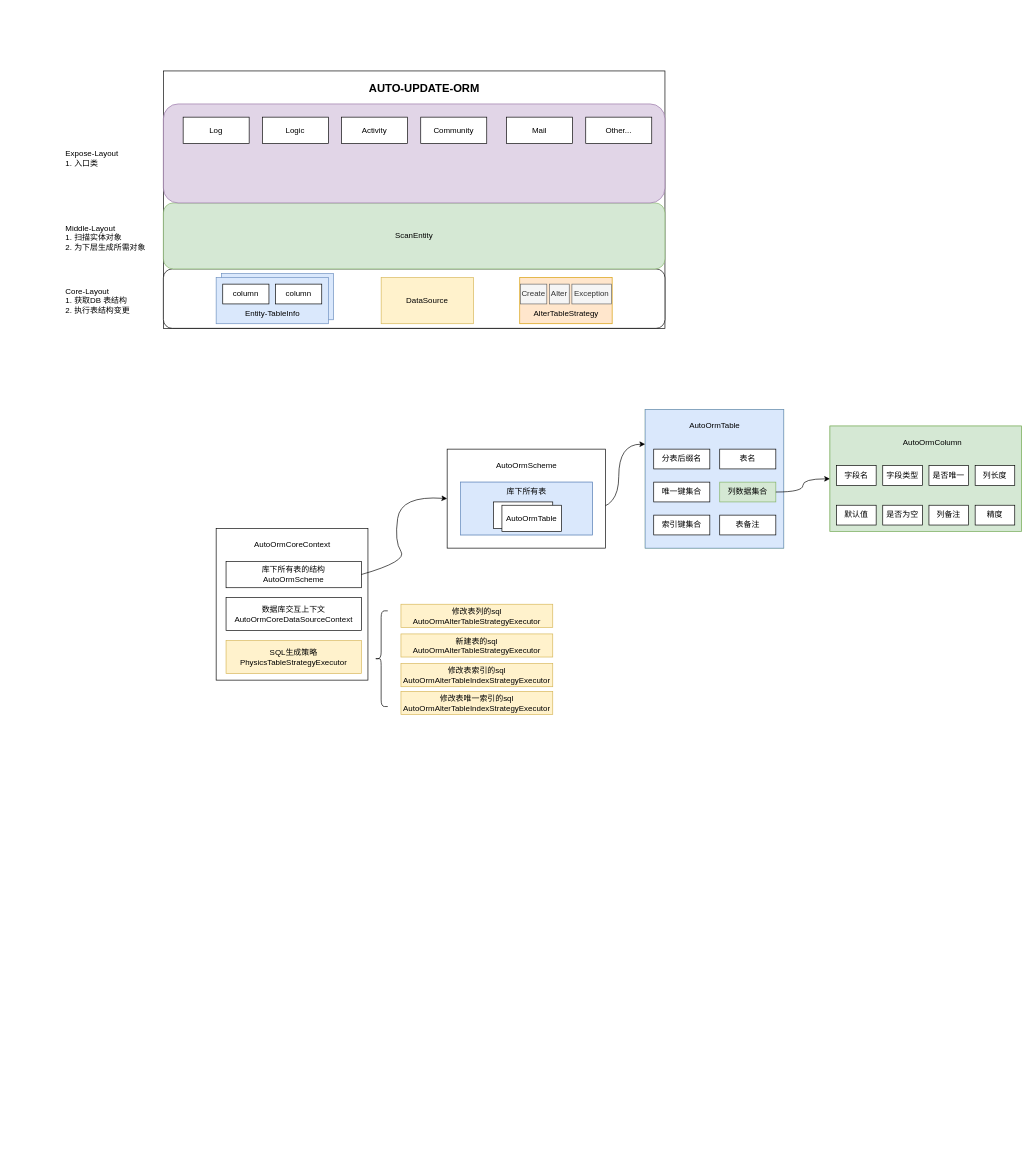
This is SSJJ2/构建ORM映射.drawio from Ordertiny/graph, a draw.io file, before an edit. Source tidied: cells renumbered, new cells numbered last; positions are measured from the earlier drawing's top-left corner, leaving out a move shared by most shapes. Both pictures are drawn from the tidied source at 66%, with x=0, y=0 at pixel (64, 11).
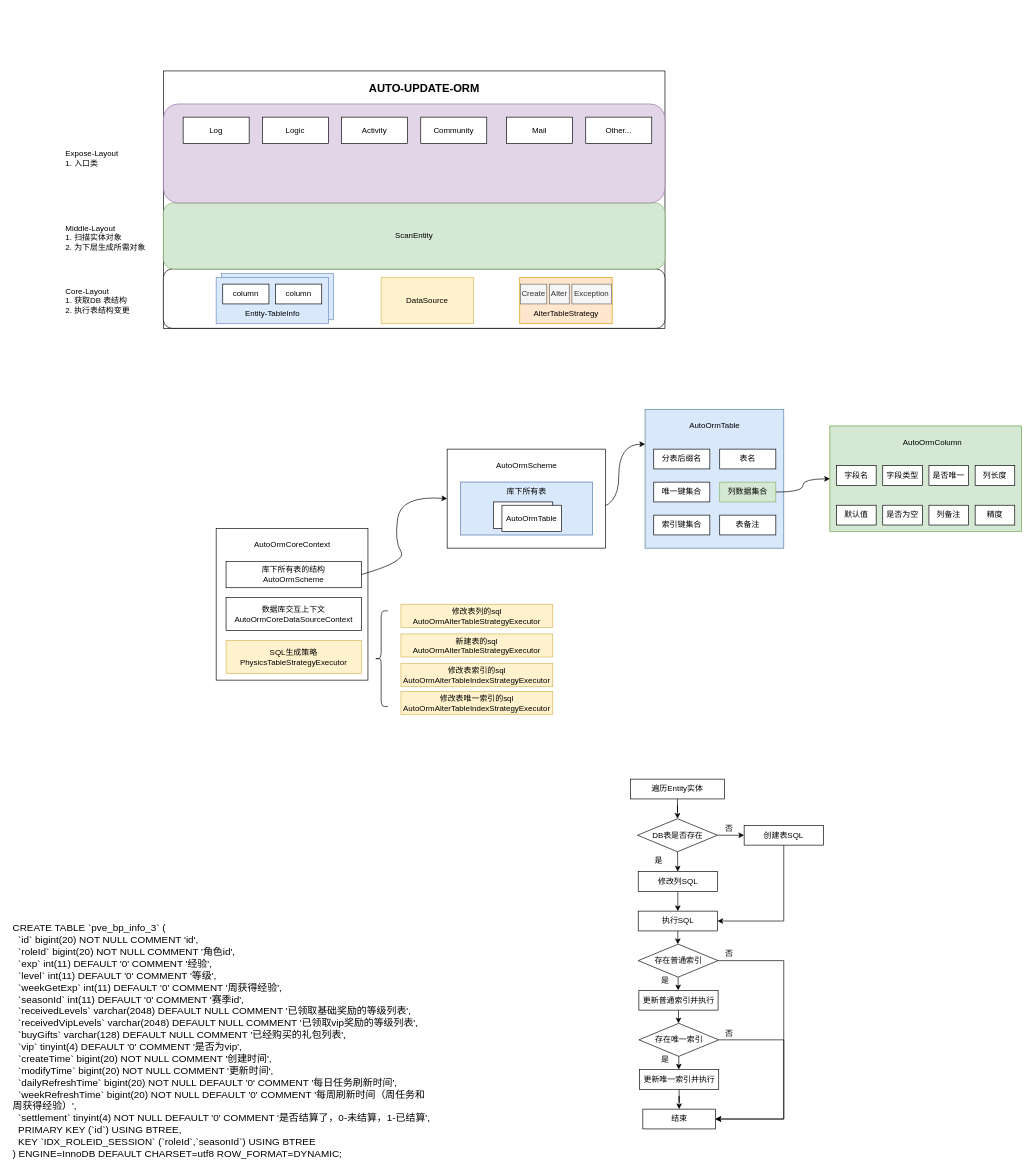
Above is the later version.

Commit message:
更新构建ORM映射.drawio

Diff of the diagram source:
```diff
@@
+    <mxCell id="71" style="edgeStyle=orthogonalEdgeStyle;rounded=0;jettySize=auto;html=1;exitX=1;exitY=0.5;exitDx=0;exitDy=0;" parent="1" edge="1" source="73" target="79">
+      <mxGeometry relative="1" as="geometry" />
+    </mxCell>
+    <mxCell id="72" style="edgeStyle=orthogonalEdgeStyle;rounded=0;jettySize=auto;html=1;exitX=0.5;exitY=1;exitDx=0;exitDy=0;entryX=0.5;entryY=0;entryDx=0;entryDy=0;" parent="1" edge="1" source="73" target="77">
+      <mxGeometry relative="1" as="geometry" />
+    </mxCell>
+    <mxCell id="73" value="DB表是否存在" style="rhombus;whiteSpace=wrap;html=1;" parent="1" vertex="1">
+      <mxGeometry x="868.5" y="1223" width="121" height="50" as="geometry" />
+    </mxCell>
+    <mxCell id="74" style="edgeStyle=orthogonalEdgeStyle;rounded=0;jettySize=auto;html=1;exitX=0.5;exitY=1;exitDx=0;exitDy=0;" parent="1" edge="1" source="75" target="73">
+      <mxGeometry relative="1" as="geometry" />
+    </mxCell>
+    <mxCell id="75" value="遍历Entity实体" style="rounded=0;whiteSpace=wrap;html=1;" parent="1" vertex="1">
+      <mxGeometry x="858" y="1163" width="142" height="30" as="geometry" />
+    </mxCell>
+    <mxCell id="76" style="edgeStyle=orthogonalEdgeStyle;rounded=0;jettySize=auto;html=1;exitX=0.5;exitY=1;exitDx=0;exitDy=0;entryX=0.5;entryY=0;entryDx=0;entryDy=0;" parent="1" edge="1" source="77" target="83">
+      <mxGeometry relative="1" as="geometry" />
+    </mxCell>
+    <mxCell id="77" value="修改列SQL" style="rounded=0;whiteSpace=wrap;html=1;" parent="1" vertex="1">
+      <mxGeometry x="869.5" y="1303" width="120" height="30" as="geometry" />
+    </mxCell>
+    <mxCell id="78" style="edgeStyle=orthogonalEdgeStyle;rounded=0;jettySize=auto;html=1;exitX=0.5;exitY=1;exitDx=0;exitDy=0;entryX=1;entryY=0.5;entryDx=0;entryDy=0;" parent="1" edge="1" source="79" target="83">
+      <mxGeometry relative="1" as="geometry" />
+    </mxCell>
+    <mxCell id="79" value="创建表SQL" style="rounded=0;whiteSpace=wrap;html=1;" parent="1" vertex="1">
+      <mxGeometry x="1030" y="1233" width="120" height="30" as="geometry" />
+    </mxCell>
+    <mxCell id="80" style="edgeStyle=orthogonalEdgeStyle;rounded=0;jettySize=auto;html=1;exitX=0.5;exitY=1;exitDx=0;exitDy=0;" parent="1" edge="1" source="81" target="86">
+      <mxGeometry relative="1" as="geometry" />
+    </mxCell>
+    <mxCell id="81" value="存在普通索引" style="rhombus;whiteSpace=wrap;html=1;" parent="1" vertex="1">
+      <mxGeometry x="869.5" y="1413" width="121" height="50" as="geometry" />
+    </mxCell>
+    <mxCell id="82" style="edgeStyle=orthogonalEdgeStyle;rounded=0;jettySize=auto;html=1;exitX=0.5;exitY=1;exitDx=0;exitDy=0;" parent="1" edge="1" source="83" target="81">
+      <mxGeometry relative="1" as="geometry" />
+    </mxCell>
+    <mxCell id="83" value="执行SQL" style="rounded=0;whiteSpace=wrap;html=1;" parent="1" vertex="1">
+      <mxGeometry x="869.5" y="1363" width="120" height="30" as="geometry" />
+    </mxCell>
+    <mxCell id="84" style="edgeStyle=orthogonalEdgeStyle;rounded=0;jettySize=auto;html=1;exitX=0.5;exitY=1;exitDx=0;exitDy=0;" parent="1" edge="1" source="86" target="89">
+      <mxGeometry relative="1" as="geometry" />
+    </mxCell>
+    <mxCell id="85" style="edgeStyle=orthogonalEdgeStyle;rounded=0;jettySize=auto;html=1;entryX=1;entryY=0.5;entryDx=0;entryDy=0;exitX=1;exitY=0.5;exitDx=0;exitDy=0;" parent="1" edge="1" source="81" target="92">
+      <mxGeometry relative="1" as="geometry">
+        <Array as="points">
+          <mxPoint x="1090" y="1438" />
+          <mxPoint x="1090" y="1678" />
+        </Array>
+      </mxGeometry>
+    </mxCell>
+    <mxCell id="86" value="更新普通索引并执行" style="rounded=0;whiteSpace=wrap;html=1;" parent="1" vertex="1">
+      <mxGeometry x="870.5" y="1483" width="120" height="30" as="geometry" />
+    </mxCell>
+    <mxCell id="87" style="edgeStyle=orthogonalEdgeStyle;rounded=0;jettySize=auto;html=1;exitX=0.5;exitY=1;exitDx=0;exitDy=0;" parent="1" edge="1" source="89" target="91">
+      <mxGeometry relative="1" as="geometry" />
+    </mxCell>
+    <mxCell id="88" style="edgeStyle=orthogonalEdgeStyle;rounded=0;jettySize=auto;html=1;exitX=1;exitY=0.5;exitDx=0;exitDy=0;entryX=1;entryY=0.5;entryDx=0;entryDy=0;" parent="1" edge="1" source="89" target="92">
+      <mxGeometry relative="1" as="geometry">
+        <Array as="points">
+          <mxPoint x="1090" y="1558" />
+          <mxPoint x="1090" y="1678" />
+        </Array>
+      </mxGeometry>
+    </mxCell>
+    <mxCell id="89" value="存在唯一索引" style="rhombus;whiteSpace=wrap;html=1;" parent="1" vertex="1">
+      <mxGeometry x="870.5" y="1533" width="121" height="50" as="geometry" />
+    </mxCell>
+    <mxCell id="90" style="edgeStyle=orthogonalEdgeStyle;rounded=0;jettySize=auto;html=1;exitX=0.5;exitY=1;exitDx=0;exitDy=0;" parent="1" edge="1" source="91" target="92">
+      <mxGeometry relative="1" as="geometry" />
+    </mxCell>
+    <mxCell id="91" value="更新唯一索引并执行" style="rounded=0;whiteSpace=wrap;html=1;" parent="1" vertex="1">
+      <mxGeometry x="871.5" y="1603" width="120" height="30" as="geometry" />
+    </mxCell>
+    <mxCell id="92" value="结束" style="whiteSpace=wrap;html=1;" parent="1" vertex="1">
+      <mxGeometry x="876.5" y="1663" width="110" height="30" as="geometry" />
+    </mxCell>
+    <mxCell id="93" value="否" style="text;html=1;align=center;verticalAlign=middle;strokeColor=none;fillColor=none;" parent="1" vertex="1">
+      <mxGeometry x="986.5" y="1223" width="40" height="30" as="geometry" />
+    </mxCell>
+    <mxCell id="94" value="是" style="text;html=1;align=center;verticalAlign=middle;strokeColor=none;fillColor=none;" parent="1" vertex="1">
+      <mxGeometry x="880" y="1271" width="40" height="30" as="geometry" />
+    </mxCell>
+    <mxCell id="95" value="否" style="text;html=1;align=center;verticalAlign=middle;strokeColor=none;fillColor=none;" parent="1" vertex="1">
+      <mxGeometry x="986.5" y="1413" width="40" height="30" as="geometry" />
+    </mxCell>
+    <mxCell id="96" value="否" style="text;html=1;align=center;verticalAlign=middle;strokeColor=none;fillColor=none;" parent="1" vertex="1">
+      <mxGeometry x="986.5" y="1533" width="40" height="30" as="geometry" />
+    </mxCell>
+    <mxCell id="97" value="是" style="text;html=1;align=center;verticalAlign=middle;strokeColor=none;fillColor=none;" parent="1" vertex="1">
+      <mxGeometry x="890" y="1453" width="40" height="30" as="geometry" />
+    </mxCell>
+    <mxCell id="98" value="是" style="text;html=1;align=center;verticalAlign=middle;strokeColor=none;fillColor=none;" parent="1" vertex="1">
+      <mxGeometry x="890" y="1573" width="40" height="30" as="geometry" />
+    </mxCell>
+    <mxCell id="99" value="CREATE TABLE `pve_bp_info_3` (&#10;  `id` bigint(20) NOT NULL COMMENT 'id',&#10;  `roleId` bigint(20) NOT NULL COMMENT '角色id',&#10;  `exp` int(11) DEFAULT '0' COMMENT '经验',&#10;  `level` int(11) DEFAULT '0' COMMENT '等级',&#10;  `weekGetExp` int(11) DEFAULT '0' COMMENT '周获得经验',&#10;  `seasonId` int(11) DEFAULT '0' COMMENT '赛季id',&#10;  `receivedLevels` varchar(2048) DEFAULT NULL COMMENT '已领取基础奖励的等级列表',&#10;  `receivedVipLevels` varchar(2048) DEFAULT NULL COMMENT '已领取vip奖励的等级列表',&#10;  `buyGifts` varchar(128) DEFAULT NULL COMMENT '已经购买的礼包列表',&#10;  `vip` tinyint(4) DEFAULT '0' COMMENT '是否为vip',&#10;  `createTime` bigint(20) NOT NULL COMMENT '创建时间',&#10;  `modifyTime` bigint(20) NOT NULL COMMENT '更新时间',&#10;  `dailyRefreshTime` bigint(20) NOT NULL DEFAULT '0' COMMENT '每日任务刷新时间',&#10;  `weekRefreshTime` bigint(20) NOT NULL DEFAULT '0' COMMENT '每周刷新时间（周任务和周获得经验）',&#10;  `settlement` tinyint(4) NOT NULL DEFAULT '0' COMMENT '是否结算了，0-未结算，1-已结算',&#10;  PRIMARY KEY (`id`) USING BTREE,&#10;  KEY `IDX_ROLEID_SESSION` (`roleId`,`seasonId`) USING BTREE&#10;) ENGINE=InnoDB DEFAULT CHARSET=utf8 ROW_FORMAT=DYNAMIC;" style="text;whiteSpace=wrap;fontSize=15;spacingTop=0;spacing=2;" parent="1" vertex="1">
+      <mxGeometry x="-80" y="1373" width="640" height="360" as="geometry" />
+    </mxCell>
```
